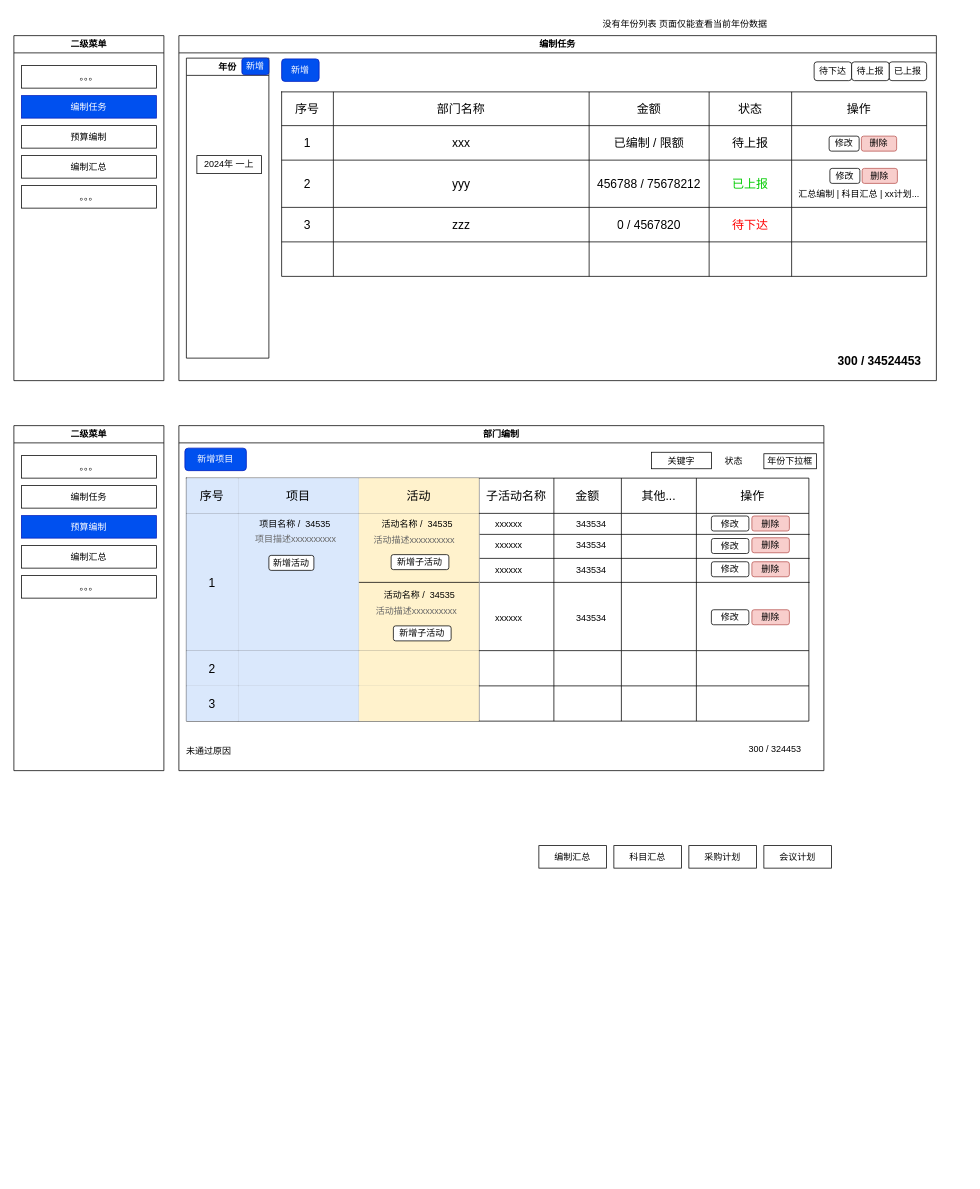
The draw.io diagram 编制财务.drawio in bxjg1987/abpGeneralModules, before the edit. Source tidied: cells renumbered, new cells numbered last; positions are measured from the earlier drawing's top-left corner, leaving out a move shared by most shapes. Both pictures are drawn from the tidied source at 75%, with x=0, y=0 at pixel (14, 13).
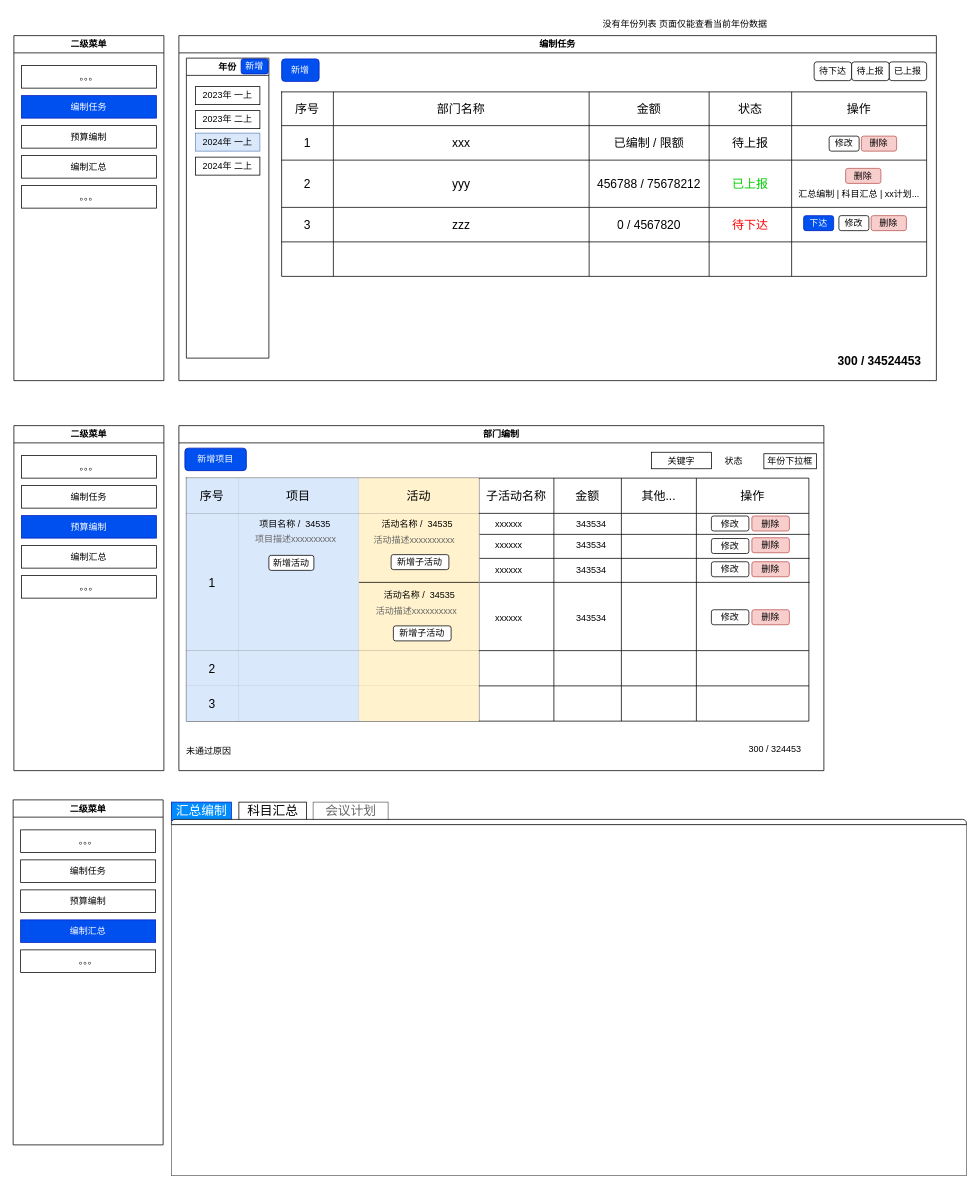
The same diagram, later.

Commit message (it also covers changes not shown here):
更新编制财务.drawio

The change refers to these unchanged cells:
```xml
<mxCell id="2" value="编制任务" style="swimlane;whiteSpace=wrap;html=1;" parent="1" vertex="1">
  <mxGeometry x="220" y="30" width="1010" height="460" as="geometry" />
</mxCell>
<mxCell id="43" value="年份" style="swimlane;whiteSpace=wrap;html=1;" parent="2" vertex="1">
  <mxGeometry x="10" y="30" width="110" height="400" as="geometry" />
</mxCell>
```

What changed in the source:
```diff
@@
-    <mxCell id="37" value="修改" style="rounded=1;whiteSpace=wrap;html=1;" parent="2" vertex="1">
-      <mxGeometry x="868" y="177" width="40" height="20" as="geometry" />
-    </mxCell>
     <mxCell id="38" value="删除" style="rounded=1;whiteSpace=wrap;html=1;fillColor=#f8cecc;strokeColor=#b85450;" parent="2" vertex="1">
-      <mxGeometry x="911" y="177" width="47" height="20" as="geometry" />
+      <mxGeometry x="889" y="177" width="47" height="20" as="geometry" />
     </mxCell>
@@
-    <mxCell id="44" value="2024年 一上" style="rounded=0;whiteSpace=wrap;html=1;" parent="43" vertex="1">
-      <mxGeometry x="14" y="130" width="86" height="24" as="geometry" />
+    <mxCell id="44" value="2023年 二上" style="rounded=0;whiteSpace=wrap;html=1;" parent="43" vertex="1">
+      <mxGeometry x="12" y="70" width="86" height="24" as="geometry" />
     </mxCell>
     <mxCell id="45" value="新增" style="rounded=1;whiteSpace=wrap;html=1;fillColor=#0050ef;fontColor=#ffffff;strokeColor=#001DBC;" parent="43" vertex="1">
-      <mxGeometry x="74" width="36" height="22" as="geometry" />
+      <mxGeometry x="73" y="1" width="36" height="20" as="geometry" />
     </mxCell>
-    <mxCell id="46" value="编制汇总" style="rounded=0;whiteSpace=wrap;html=1;" parent="1" vertex="1">
-      <mxGeometry x="700" y="1110" width="90" height="30" as="geometry" />
-    </mxCell>
-    <mxCell id="47" value="采购计划" style="rounded=0;whiteSpace=wrap;html=1;" parent="1" vertex="1">
-      <mxGeometry x="900" y="1110" width="90" height="30" as="geometry" />
-    </mxCell>
-    <mxCell id="48" value="科目汇总" style="rounded=0;whiteSpace=wrap;html=1;" parent="1" vertex="1">
-      <mxGeometry x="800" y="1110" width="90" height="30" as="geometry" />
-    </mxCell>
+    <mxCell id="133" value="2023年 一上" style="rounded=0;whiteSpace=wrap;html=1;" parent="43" vertex="1">
+      <mxGeometry x="12" y="38" width="86" height="24" as="geometry" />
+    </mxCell>
+    <mxCell id="134" value="2024年 二上" style="rounded=0;whiteSpace=wrap;html=1;" parent="43" vertex="1">
+      <mxGeometry x="12" y="132" width="86" height="24" as="geometry" />
+    </mxCell>
+    <mxCell id="135" value="2024年 一上" style="rounded=0;whiteSpace=wrap;html=1;fillColor=#dae8fc;strokeColor=#6c8ebf;" parent="43" vertex="1">
+      <mxGeometry x="12" y="100" width="86" height="24" as="geometry" />
+    </mxCell>
+    <mxCell id="37" value="修改" style="rounded=1;whiteSpace=wrap;html=1;" parent="2" vertex="1">
+      <mxGeometry x="880" y="240" width="40" height="20" as="geometry" />
+    </mxCell>
+    <mxCell id="136" value="删除" style="rounded=1;whiteSpace=wrap;html=1;fillColor=#f8cecc;strokeColor=#b85450;" parent="2" vertex="1">
+      <mxGeometry x="923" y="240" width="47" height="20" as="geometry" />
+    </mxCell>
+    <mxCell id="137" value="下达" style="rounded=1;whiteSpace=wrap;html=1;fillColor=#0050ef;fontColor=#ffffff;strokeColor=#001DBC;" parent="2" vertex="1">
+      <mxGeometry x="833" y="240" width="40" height="20" as="geometry" />
+    </mxCell>
@@
-    <mxCell id="50" value="会议计划" style="rounded=0;whiteSpace=wrap;html=1;" parent="1" vertex="1">
-      <mxGeometry x="1000" y="1110" width="90" height="30" as="geometry" />
-    </mxCell>
@@
+    <mxCell id="138" value="二级菜单" style="swimlane;whiteSpace=wrap;html=1;" parent="1" vertex="1">
+      <mxGeometry x="-1" y="1049" width="200" height="460" as="geometry" />
+    </mxCell>
+    <mxCell id="139" value="编制任务" style="rounded=0;whiteSpace=wrap;html=1;" parent="138" vertex="1">
+      <mxGeometry x="10" y="80" width="180" height="30" as="geometry" />
+    </mxCell>
+    <mxCell id="140" value="。。。" style="rounded=0;whiteSpace=wrap;html=1;" parent="138" vertex="1">
+      <mxGeometry x="10" y="40" width="180" height="30" as="geometry" />
+    </mxCell>
+    <mxCell id="141" value="预算编制" style="rounded=0;whiteSpace=wrap;html=1;" parent="138" vertex="1">
+      <mxGeometry x="10" y="120" width="180" height="30" as="geometry" />
+    </mxCell>
+    <mxCell id="46" value="编制汇总" style="rounded=0;whiteSpace=wrap;html=1;fillColor=#0050ef;fontColor=#ffffff;strokeColor=#001DBC;" parent="138" vertex="1">
+      <mxGeometry x="10" y="160" width="180" height="30" as="geometry" />
+    </mxCell>
+    <mxCell id="142" value="。。。" style="rounded=0;whiteSpace=wrap;html=1;" parent="138" vertex="1">
+      <mxGeometry x="10" y="200" width="180" height="30" as="geometry" />
+    </mxCell>
+    <mxCell id="143" style="strokeWidth=1;shadow=0;dashed=0;align=center;html=1;shape=mxgraph.mockup.containers.marginRect2;rectMarginTop=32;strokeColor=#666666;gradientColor=none;whiteSpace=wrap;" parent="1" vertex="1">
+      <mxGeometry x="210" y="1050" width="1060" height="500" as="geometry" />
+    </mxCell>
+    <mxCell id="144" value="汇总编制" style="strokeColor=#001DBC;fillColor=#008CFF;strokeWidth=1;shadow=0;dashed=0;align=center;html=1;shape=mxgraph.mockup.containers.rrect;rSize=0;fontSize=17;fontColor=#ffffff;gradientColor=none;" parent="143" vertex="1">
+      <mxGeometry width="80" height="25" relative="1" as="geometry">
+        <mxPoint y="2" as="offset" />
+      </mxGeometry>
+    </mxCell>
+    <mxCell id="48" value="科目汇总" style="strokeWidth=1;shadow=0;dashed=0;align=center;html=1;shape=mxgraph.mockup.containers.rrect;rSize=0;fontSize=17;" parent="143" vertex="1">
+      <mxGeometry width="90" height="25" relative="1" as="geometry">
+        <mxPoint x="90" y="2" as="offset" />
+      </mxGeometry>
+    </mxCell>
+    <mxCell id="50" value="会议计划" style="strokeColor=inherit;fillColor=inherit;gradientColor=inherit;strokeWidth=1;shadow=0;dashed=0;align=center;html=1;shape=mxgraph.mockup.containers.rrect;rSize=0;fontSize=17;fontColor=#666666;gradientColor=none;" parent="143" vertex="1">
+      <mxGeometry width="100" height="25" relative="1" as="geometry">
+        <mxPoint x="189" y="2" as="offset" />
+      </mxGeometry>
+    </mxCell>
+    <mxCell id="145" style="strokeWidth=1;shadow=0;dashed=0;align=center;html=1;shape=mxgraph.mockup.containers.topButton;rSize=5;" parent="143" vertex="1">
+      <mxGeometry width="1060" height="7" relative="1" as="geometry">
+        <mxPoint y="25" as="offset" />
+      </mxGeometry>
+    </mxCell>
```
